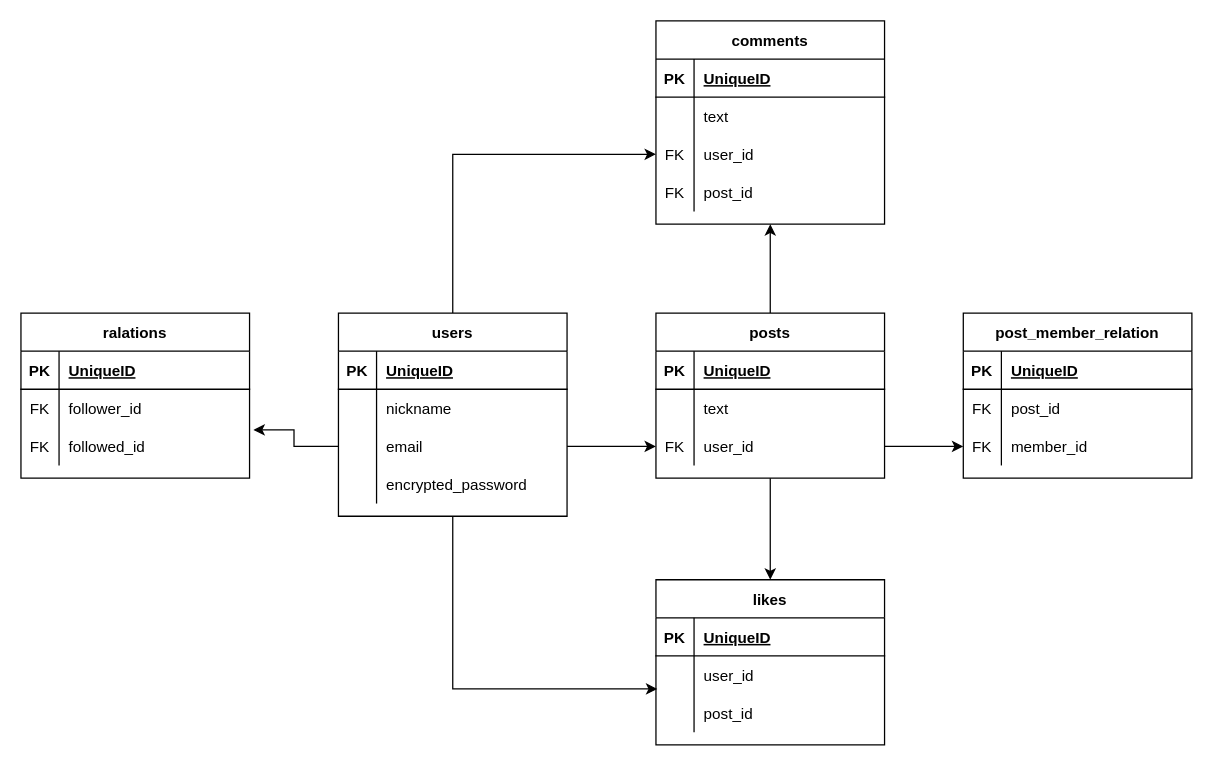
shota-bot/bishgram keeps this draw.io diagram as ER.dio. Above is the earlier version. Source tidied: cells renumbered, new cells numbered last; positions are measured from the earlier drawing's top-left corner, leaving out a move shared by most shapes. Both pictures are drawn from the tidied source at 127%, with x=0, y=0 at pixel (20, 20).
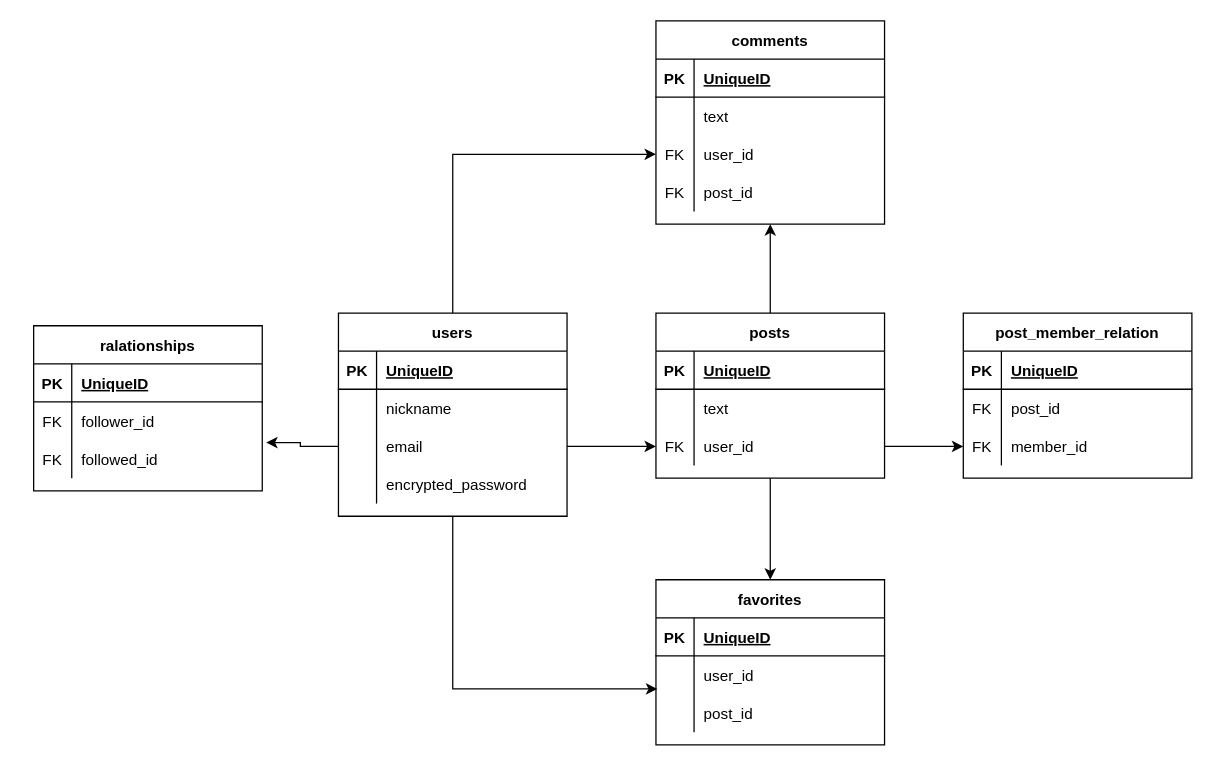
Above is the later version.

Diff of the diagram source:
```diff
@@
-    <mxCell id="43" value="ralations" style="shape=table;startSize=30;childLayout=tableLayout;rowLines=0;fontStyle=1;align=center;" parent="1" vertex="1">
-      <mxGeometry y="230" width="180" height="130" as="geometry" />
+    <mxCell id="43" value="ralationships" style="shape=table;startSize=30;childLayout=tableLayout;rowLines=0;fontStyle=1;align=center;" parent="1" vertex="1">
+      <mxGeometry x="10" y="240" width="180" height="130" as="geometry" />
     </mxCell>
@@
-    <mxCell id="53" value="likes" style="shape=table;startSize=30;childLayout=tableLayout;rowLines=0;fontStyle=1;align=center;" parent="1" vertex="1">
+    <mxCell id="53" value="favorites" style="shape=table;startSize=30;childLayout=tableLayout;rowLines=0;fontStyle=1;align=center;" parent="1" vertex="1">
       <mxGeometry x="500" y="440" width="180" height="130" as="geometry" />
     </mxCell>
```
